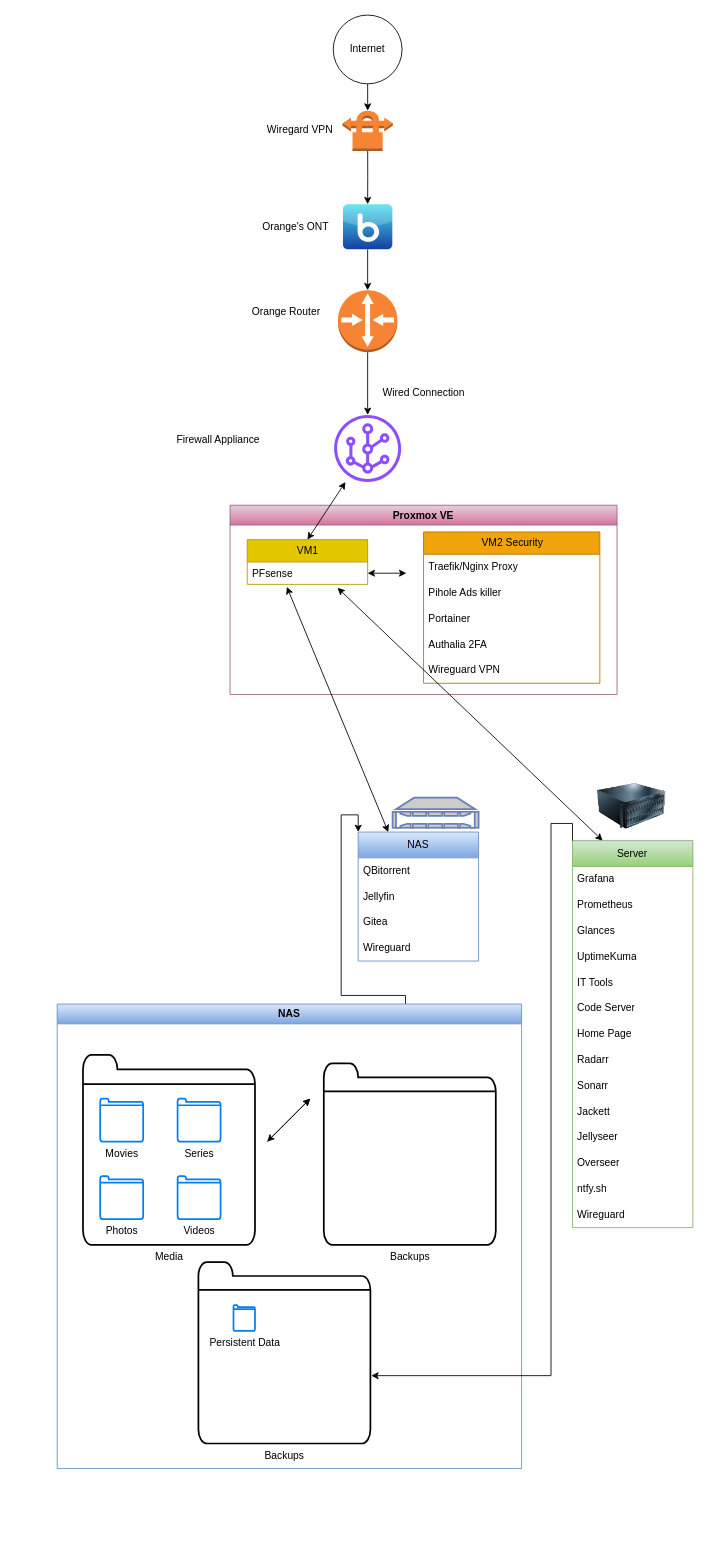
The draw.io diagram Home Server diagram.drawio in cralonsobcn/Server, before the edit. Source tidied: cells renumbered, new cells numbered last; positions are measured from the earlier drawing's top-left corner, leaving out a move shared by most shapes. Both pictures are drawn from the tidied source at 86%, with x=0, y=0 at pixel (57, 15).
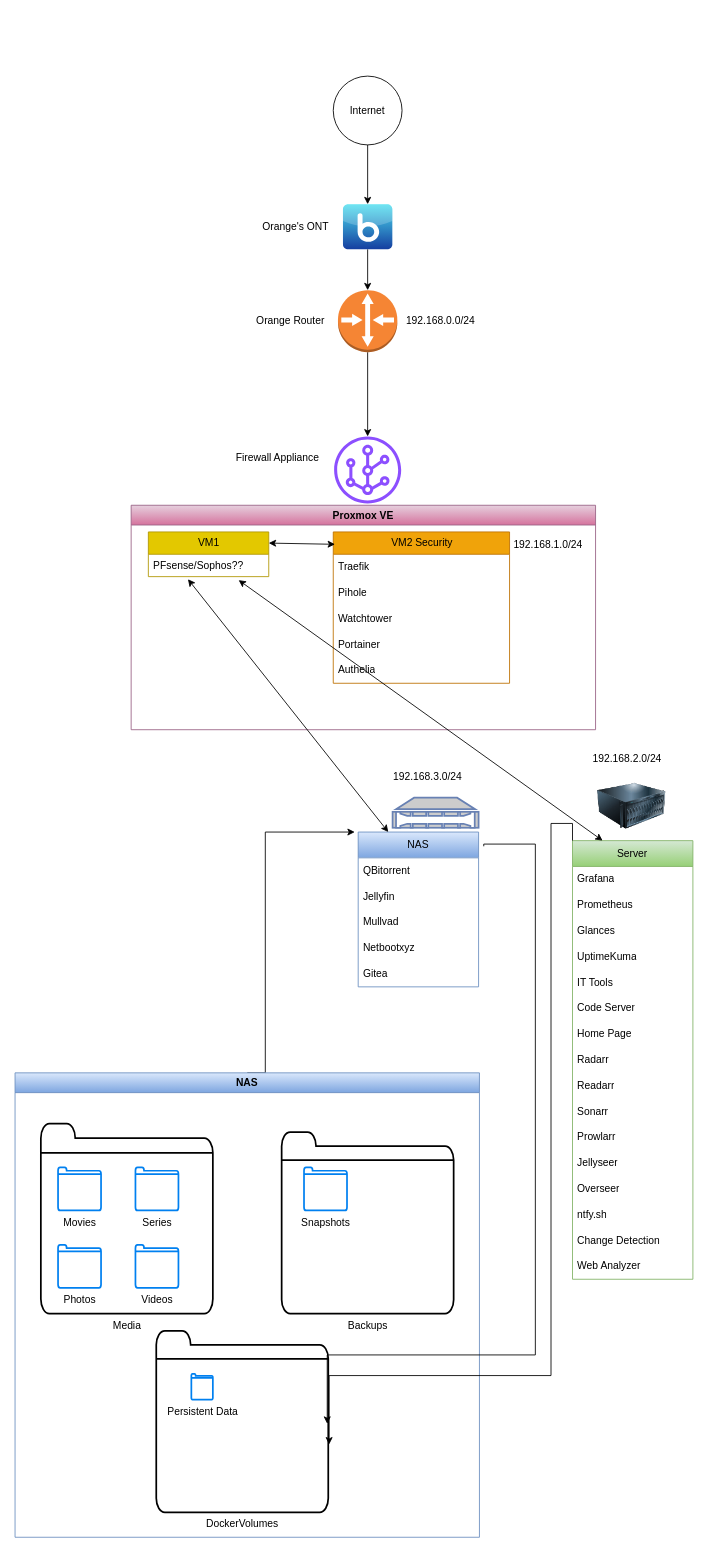
Above is the later version.

The change refers to these unchanged cells:
```xml
<mxCell id="46" style="dashed=0;outlineConnect=0;html=1;align=center;labelPosition=center;verticalLabelPosition=bottom;verticalAlign=top;shape=mxgraph.webicons.box;fillColor=#4CDFEF;gradientColor=#153EA0;" parent="1" vertex="1">
  <mxGeometry x="332.3" y="220" width="57.4" height="52.4" as="geometry" />
</mxCell>
```

The edit, as a diff of the source:
```diff
@@
     <mxCell id="2" value="NAS" style="swimlane;fontStyle=0;horizontal=1;startSize=30;whiteSpace=wrap;html=1;fillColor=#dae8fc;strokeColor=#6c8ebf;swimlaneFillColor=default;arcSize=15;direction=east;gradientColor=#7ea6e0;" parent="1" vertex="1">
-      <mxGeometry x="350" y="950" width="140" height="150" as="geometry" />
+      <mxGeometry x="350" y="950" width="140" height="180" as="geometry" />
     </mxCell>
@@
+    <mxCell id="41" value="Mullvad" style="text;strokeColor=none;fillColor=none;align=left;verticalAlign=middle;spacingLeft=4;spacingRight=4;overflow=hidden;whiteSpace=wrap;html=1;" parent="2" vertex="1">
+      <mxGeometry y="90" width="140" height="30" as="geometry" />
+    </mxCell>
+    <mxCell id="64" value="Netbootxyz" style="text;strokeColor=none;fillColor=none;align=left;verticalAlign=middle;spacingLeft=4;spacingRight=4;overflow=hidden;whiteSpace=wrap;html=1;" parent="2" vertex="1">
+      <mxGeometry y="120" width="140" height="30" as="geometry" />
+    </mxCell>
     <mxCell id="5" value="Gitea" style="text;strokeColor=none;fillColor=none;align=left;verticalAlign=middle;spacingLeft=4;spacingRight=4;overflow=hidden;whiteSpace=wrap;html=1;" parent="2" vertex="1">
-      <mxGeometry y="90" width="140" height="30" as="geometry" />
+      <mxGeometry y="150" width="140" height="30" as="geometry" />
     </mxCell>
-    <mxCell id="6" value="Wireguard" style="text;strokeColor=none;fillColor=none;align=left;verticalAlign=middle;spacingLeft=4;spacingRight=4;overflow=hidden;whiteSpace=wrap;html=1;" parent="2" vertex="1">
-      <mxGeometry y="120" width="140" height="30" as="geometry" />
-    </mxCell>
     <mxCell id="7" value="Server" style="swimlane;fontStyle=0;horizontal=1;startSize=30;whiteSpace=wrap;html=1;fillColor=#d5e8d4;strokeColor=#82b366;gradientColor=#97d077;" parent="1" vertex="1">
-      <mxGeometry x="599.2" y="960" width="140" height="450" as="geometry" />
+      <mxGeometry x="599.2" y="960" width="140" height="510" as="geometry" />
     </mxCell>
@@
+    <mxCell id="65" value="Readarr" style="text;strokeColor=none;fillColor=none;align=left;verticalAlign=middle;spacingLeft=4;spacingRight=4;overflow=hidden;whiteSpace=wrap;html=1;" parent="7" vertex="1">
+      <mxGeometry y="270" width="140" height="30" as="geometry" />
+    </mxCell>
     <mxCell id="16" value="Sonarr" style="text;strokeColor=none;fillColor=none;align=left;verticalAlign=middle;spacingLeft=4;spacingRight=4;overflow=hidden;whiteSpace=wrap;html=1;" parent="7" vertex="1">
-      <mxGeometry y="270" width="140" height="30" as="geometry" />
+      <mxGeometry y="300" width="140" height="30" as="geometry" />
     </mxCell>
-    <mxCell id="17" value="Jackett" style="text;strokeColor=none;fillColor=none;align=left;verticalAlign=middle;spacingLeft=4;spacingRight=4;overflow=hidden;whiteSpace=wrap;html=1;" parent="7" vertex="1">
-      <mxGeometry y="300" width="140" height="30" as="geometry" />
+    <mxCell id="17" value="Prowlarr" style="text;strokeColor=none;fillColor=none;align=left;verticalAlign=middle;spacingLeft=4;spacingRight=4;overflow=hidden;whiteSpace=wrap;html=1;" parent="7" vertex="1">
+      <mxGeometry y="330" width="140" height="30" as="geometry" />
     </mxCell>
     <mxCell id="18" value="Jellyseer" style="text;strokeColor=none;fillColor=none;align=left;verticalAlign=middle;spacingLeft=4;spacingRight=4;overflow=hidden;whiteSpace=wrap;html=1;" parent="7" vertex="1">
-      <mxGeometry y="330" width="140" height="30" as="geometry" />
+      <mxGeometry y="360" width="140" height="30" as="geometry" />
     </mxCell>
     <mxCell id="19" value="Overseer" style="text;strokeColor=none;fillColor=none;align=left;verticalAlign=middle;spacingLeft=4;spacingRight=4;overflow=hidden;whiteSpace=wrap;html=1;" parent="7" vertex="1">
-      <mxGeometry y="360" width="140" height="30" as="geometry" />
+      <mxGeometry y="390" width="140" height="30" as="geometry" />
     </mxCell>
     <mxCell id="20" value="ntfy.sh" style="text;strokeColor=none;fillColor=none;align=left;verticalAlign=middle;spacingLeft=4;spacingRight=4;overflow=hidden;whiteSpace=wrap;html=1;" parent="7" vertex="1">
-      <mxGeometry y="390" width="140" height="30" as="geometry" />
+      <mxGeometry y="420" width="140" height="30" as="geometry" />
     </mxCell>
-    <mxCell id="21" value="Wireguard" style="text;strokeColor=none;fillColor=none;align=left;verticalAlign=middle;spacingLeft=4;spacingRight=4;overflow=hidden;whiteSpace=wrap;html=1;" parent="7" vertex="1">
-      <mxGeometry y="420" width="140" height="30" as="geometry" />
-    </mxCell>
+    <mxCell id="66" value="Change Detection" style="text;strokeColor=none;fillColor=none;align=left;verticalAlign=middle;spacingLeft=4;spacingRight=4;overflow=hidden;whiteSpace=wrap;html=1;" parent="7" vertex="1">
+      <mxGeometry y="450" width="140" height="30" as="geometry" />
+    </mxCell>
+    <mxCell id="67" value="Web Analyzer" style="text;strokeColor=none;fillColor=none;align=left;verticalAlign=middle;spacingLeft=4;spacingRight=4;overflow=hidden;whiteSpace=wrap;html=1;" parent="7" vertex="1">
+      <mxGeometry y="480" width="140" height="30" as="geometry" />
+    </mxCell>
     <mxCell id="22" value="Internet" style="ellipse;whiteSpace=wrap;html=1;" parent="1" vertex="1">
-      <mxGeometry x="321" width="80" height="80" as="geometry" />
+      <mxGeometry x="321" y="71" width="80" height="80" as="geometry" />
     </mxCell>
-    <mxCell id="23" value="Wiregard VPN" style="text;html=1;align=center;verticalAlign=middle;strokeColor=none;fillColor=none;" parent="1" vertex="1">
-      <mxGeometry x="231.8" y="119" width="100" height="30" as="geometry" />
-    </mxCell>
@@
-    <mxCell id="26" style="edgeStyle=orthogonalEdgeStyle;rounded=0;jettySize=auto;html=1;exitX=0.5;exitY=1;exitDx=0;exitDy=0;exitPerimeter=0;" parent="1" edge="1" source="27" target="46">
+    <mxCell id="26" style="edgeStyle=orthogonalEdgeStyle;rounded=0;jettySize=auto;html=1;exitX=0.5;exitY=1;exitDx=0;exitDy=0;" parent="1" edge="1" source="22" target="46">
       <mxGeometry relative="1" as="geometry" />
     </mxCell>
-    <mxCell id="27" style="outlineConnect=0;dashed=0;verticalLabelPosition=bottom;verticalAlign=top;align=center;html=1;shape=mxgraph.aws3.vpn_connection;fillColor=#F58534;gradientColor=none;" parent="1" vertex="1">
-      <mxGeometry x="331.8" y="110" width="58.5" height="48" as="geometry" />
-    </mxCell>
-    <mxCell id="28" style="edgeStyle=orthogonalEdgeStyle;rounded=0;jettySize=auto;html=1;exitX=0.5;exitY=1;exitDx=0;exitDy=0;entryX=0.5;entryY=0.025;entryDx=0;entryDy=0;entryPerimeter=0;" parent="1" edge="1" source="22" target="27">
-      <mxGeometry relative="1" as="geometry" />
-    </mxCell>
     <mxCell id="29" value="Orange Router" style="text;html=1;align=center;verticalAlign=middle;strokeColor=none;fillColor=none;" parent="1" vertex="1">
-      <mxGeometry x="216" y="330" width="100" height="30" as="geometry" />
+      <mxGeometry x="221" y="341" width="100" height="30" as="geometry" />
     </mxCell>
@@
     <mxCell id="32" style="sketch=0;outlineConnect=0;fontColor=#232F3E;gradientColor=none;fillColor=#8C4FFF;strokeColor=none;dashed=0;verticalLabelPosition=bottom;verticalAlign=top;align=center;html=1;fontSize=12;fontStyle=0;shape=mxgraph.aws4.virtual_router;" parent="1" vertex="1">
-      <mxGeometry x="322" y="465" width="78" height="78" as="geometry" />
+      <mxGeometry x="322" y="490" width="78" height="78" as="geometry" />
     </mxCell>
     <mxCell id="33" value="Proxmox VE" style="swimlane;startSize=23;fillColor=#e6d0de;strokeColor=#996185;gradientColor=#d5739d;" parent="1" vertex="1">
-      <mxGeometry x="201" y="570" width="450" height="220" as="geometry" />
+      <mxGeometry x="86" y="570" width="540" height="261" as="geometry" />
     </mxCell>
     <mxCell id="34" value="VM1" style="swimlane;fontStyle=0;horizontal=1;startSize=26;fillColor=#e3c800;html=1;fontColor=#000000;strokeColor=#B09500;" parent="33" vertex="1">
-      <mxGeometry x="20" y="40" width="140" height="52" as="geometry" />
+      <mxGeometry x="20" y="31" width="140" height="52" as="geometry" />
     </mxCell>
-    <mxCell id="35" value="PFsense" style="text;strokeColor=none;fillColor=none;align=left;verticalAlign=top;spacingLeft=4;spacingRight=4;overflow=hidden;points=[[0,0.5],[1,0.5]];portConstraint=eastwest;whiteSpace=wrap;html=1;" parent="34" vertex="1">
+    <mxCell id="35" value="PFsense/Sophos??" style="text;strokeColor=none;fillColor=none;align=left;verticalAlign=top;spacingLeft=4;spacingRight=4;overflow=hidden;points=[[0,0.5],[1,0.5]];portConstraint=eastwest;whiteSpace=wrap;html=1;" parent="34" vertex="1">
       <mxGeometry y="26" width="140" height="26" as="geometry" />
     </mxCell>
     <mxCell id="36" value="VM2 Security" style="swimlane;fontStyle=0;horizontal=1;startSize=26;fillColor=#f0a30a;html=1;fontColor=#000000;strokeColor=#BD7000;" parent="33" vertex="1">
-      <mxGeometry x="225" y="31" width="205" height="176" as="geometry" />
+      <mxGeometry x="235" y="31" width="205" height="176" as="geometry" />
     </mxCell>
-    <mxCell id="37" value="Traefik/Nginx Proxy" style="text;strokeColor=none;fillColor=none;align=left;verticalAlign=middle;spacingLeft=4;spacingRight=4;overflow=hidden;whiteSpace=wrap;html=1;" parent="36" vertex="1">
+    <mxCell id="37" value="Traefik" style="text;strokeColor=none;fillColor=none;align=left;verticalAlign=middle;spacingLeft=4;spacingRight=4;overflow=hidden;whiteSpace=wrap;html=1;" parent="36" vertex="1">
       <mxGeometry y="26" width="205" height="30" as="geometry" />
     </mxCell>
-    <mxCell id="38" value="Pihole Ads killer" style="text;strokeColor=none;fillColor=none;align=left;verticalAlign=middle;spacingLeft=4;spacingRight=4;overflow=hidden;whiteSpace=wrap;html=1;" parent="36" vertex="1">
+    <mxCell id="38" value="Pihole" style="text;strokeColor=none;fillColor=none;align=left;verticalAlign=middle;spacingLeft=4;spacingRight=4;overflow=hidden;whiteSpace=wrap;html=1;" parent="36" vertex="1">
       <mxGeometry y="56" width="205" height="30" as="geometry" />
     </mxCell>
+    <mxCell id="68" value="Watchtower" style="text;strokeColor=none;fillColor=none;align=left;verticalAlign=middle;spacingLeft=4;spacingRight=4;overflow=hidden;whiteSpace=wrap;html=1;" parent="36" vertex="1">
+      <mxGeometry y="86" width="205" height="30" as="geometry" />
+    </mxCell>
     <mxCell id="39" value="Portainer" style="text;strokeColor=none;fillColor=none;align=left;verticalAlign=middle;spacingLeft=4;spacingRight=4;overflow=hidden;whiteSpace=wrap;html=1;" parent="36" vertex="1">
-      <mxGeometry y="86" width="205" height="30" as="geometry" />
+      <mxGeometry y="116" width="205" height="30" as="geometry" />
     </mxCell>
-    <mxCell id="40" value="Authalia 2FA" style="text;strokeColor=none;fillColor=none;align=left;verticalAlign=middle;spacingLeft=4;spacingRight=4;overflow=hidden;whiteSpace=wrap;html=1;" parent="36" vertex="1">
-      <mxGeometry y="116" width="205" height="30" as="geometry" />
+    <mxCell id="40" value="Authelia" style="text;strokeColor=none;fillColor=none;align=left;verticalAlign=middle;spacingLeft=4;spacingRight=4;overflow=hidden;whiteSpace=wrap;html=1;" parent="36" vertex="1">
+      <mxGeometry y="146" width="205" height="30" as="geometry" />
     </mxCell>
-    <mxCell id="41" value="Wireguard VPN" style="text;strokeColor=none;fillColor=none;align=left;verticalAlign=middle;spacingLeft=4;spacingRight=4;overflow=hidden;whiteSpace=wrap;html=1;" parent="36" vertex="1">
-      <mxGeometry y="146" width="205" height="30" as="geometry" />
-    </mxCell>
-    <mxCell id="42" style="endArrow=classic;startArrow=classic;html=1;rounded=0;entryX=1;entryY=0.5;entryDx=0;entryDy=0;" parent="33" edge="1" target="35">
-      <mxGeometry relative="1" as="geometry">
-        <mxPoint x="205" y="79" as="sourcePoint" />
-      </mxGeometry>
-    </mxCell>
+    <mxCell id="69" value="192.168.1.0/24" style="text;html=1;align=center;verticalAlign=middle;whiteSpace=wrap;rounded=0;" parent="33" vertex="1">
+      <mxGeometry x="440" y="31" width="90" height="30" as="geometry" />
+    </mxCell>
+    <mxCell id="70" style="endArrow=classic;startArrow=classic;html=1;rounded=0;exitX=1;exitY=0.25;exitDx=0;exitDy=0;entryX=0.01;entryY=0.082;entryDx=0;entryDy=0;entryPerimeter=0;" parent="33" edge="1" source="34" target="36">
+      <mxGeometry relative="1" as="geometry" />
+    </mxCell>
     <mxCell id="43" value="Firewall Appliance" style="text;html=1;align=center;verticalAlign=middle;strokeColor=none;fillColor=none;" parent="1" vertex="1">
-      <mxGeometry x="126.8" y="479" width="120" height="30" as="geometry" />
+      <mxGeometry x="196" y="500" width="120" height="30" as="geometry" />
     </mxCell>
-    <mxCell id="44" value="Wired Connection" style="text;html=1;align=center;verticalAlign=middle;strokeColor=none;fillColor=none;" parent="1" vertex="1">
-      <mxGeometry x="366" y="425" width="120" height="30" as="geometry" />
-    </mxCell>
@@
-    <mxCell id="48" style="edgeStyle=orthogonalEdgeStyle;rounded=0;jettySize=auto;html=1;exitX=0.75;exitY=0;exitDx=0;exitDy=0;entryX=0;entryY=0;entryDx=0;entryDy=0;" parent="1" edge="1" source="49" target="2">
+    <mxCell id="48" style="rounded=0;jettySize=auto;html=1;exitX=0.5;exitY=0;exitDx=0;exitDy=0;entryX=0;entryY=0;entryDx=0;entryDy=0;edgeStyle=orthogonalEdgeStyle;" parent="1" edge="1" source="49">
       <mxGeometry relative="1" as="geometry">
+        <mxPoint x="346" y="950" as="targetPoint" />
         <Array as="points">
-          <mxPoint x="405.2" y="1140" />
-          <mxPoint x="330.2" y="1140" />
-          <mxPoint x="330.2" y="930" />
-          <mxPoint x="350.2" y="930" />
+          <mxPoint x="242" y="1230" />
+          <mxPoint x="242" y="950" />
         </Array>
       </mxGeometry>
     </mxCell>
     <mxCell id="49" value="NAS" style="swimlane;whiteSpace=wrap;html=1;fillColor=#dae8fc;gradientColor=#7ea6e0;strokeColor=#6c8ebf;" parent="1" vertex="1">
-      <mxGeometry y="1150" width="540" height="540" as="geometry" />
+      <mxGeometry x="-49" y="1230" width="540" height="540" as="geometry" />
     </mxCell>
@@
-    <mxCell id="56" value="Backups" style="html=1;verticalLabelPosition=bottom;align=center;labelBackgroundColor=none;verticalAlign=top;strokeWidth=2;shadow=0;dashed=0;shape=mxgraph.ios7.icons.folder;" parent="49" vertex="1">
+    <mxCell id="56" value="DockerVolumes" style="html=1;verticalLabelPosition=bottom;align=center;labelBackgroundColor=none;verticalAlign=top;strokeWidth=2;shadow=0;dashed=0;shape=mxgraph.ios7.icons.folder;" parent="49" vertex="1">
       <mxGeometry x="164.2" y="300" width="200" height="211" as="geometry" />
     </mxCell>
@@
-    <mxCell id="58" style="endArrow=classic;startArrow=classic;html=1;rounded=0;" parent="1" edge="1">
-      <mxGeometry relative="1" as="geometry">
-        <mxPoint x="244.2" y="1310" as="sourcePoint" />
-        <mxPoint x="294.2" y="1260" as="targetPoint" />
-      </mxGeometry>
-    </mxCell>
-    <mxCell id="59" style="endArrow=classic;html=1;rounded=0;" parent="1" edge="1">
-      <mxGeometry relative="1" as="geometry">
-        <mxPoint x="244.2" y="1310" as="sourcePoint" />
-        <mxPoint x="294.2" y="1260" as="targetPoint" />
-      </mxGeometry>
-    </mxCell>
+    <mxCell id="71" value="Snapshots" style="html=1;verticalLabelPosition=bottom;align=center;labelBackgroundColor=none;verticalAlign=top;strokeWidth=2;strokeColor=#0080F0;shadow=0;dashed=0;shape=mxgraph.ios7.icons.folder;" parent="49" vertex="1">
+      <mxGeometry x="336" y="110" width="50" height="50" as="geometry" />
+    </mxCell>
@@
-    <mxCell id="61" style="endArrow=classic;startArrow=classic;html=1;rounded=0;entryX=0.5;entryY=0;entryDx=0;entryDy=0;" parent="1" edge="1" source="32" target="34">
-      <mxGeometry relative="1" as="geometry" />
-    </mxCell>
@@
+    <mxCell id="72" style="endArrow=classic;html=1;rounded=0;entryX=0.994;entryY=0.512;entryDx=0;entryDy=0;entryPerimeter=0;exitX=1.043;exitY=0.092;exitDx=0;exitDy=0;exitPerimeter=0;edgeStyle=orthogonalEdgeStyle;" parent="1" edge="1" source="2" target="56">
+      <mxGeometry relative="1" as="geometry">
+        <Array as="points">
+          <mxPoint x="556" y="964" />
+          <mxPoint x="556" y="1558" />
+        </Array>
+      </mxGeometry>
+    </mxCell>
+    <mxCell id="73" value="192.168.3.0/24" style="text;html=1;align=center;verticalAlign=middle;whiteSpace=wrap;rounded=0;" parent="1" vertex="1">
+      <mxGeometry x="386" y="871" width="90" height="30" as="geometry" />
+    </mxCell>
+    <mxCell id="74" value="192.168.2.0/24" style="text;html=1;align=center;verticalAlign=middle;whiteSpace=wrap;rounded=0;" parent="1" vertex="1">
+      <mxGeometry x="618.2" y="850" width="90" height="30" as="geometry" />
+    </mxCell>
+    <mxCell id="75" value="192.168.0.0/24" style="text;html=1;align=center;verticalAlign=middle;whiteSpace=wrap;rounded=0;" parent="1" vertex="1">
+      <mxGeometry x="401" y="341" width="90" height="30" as="geometry" />
+    </mxCell>
```
